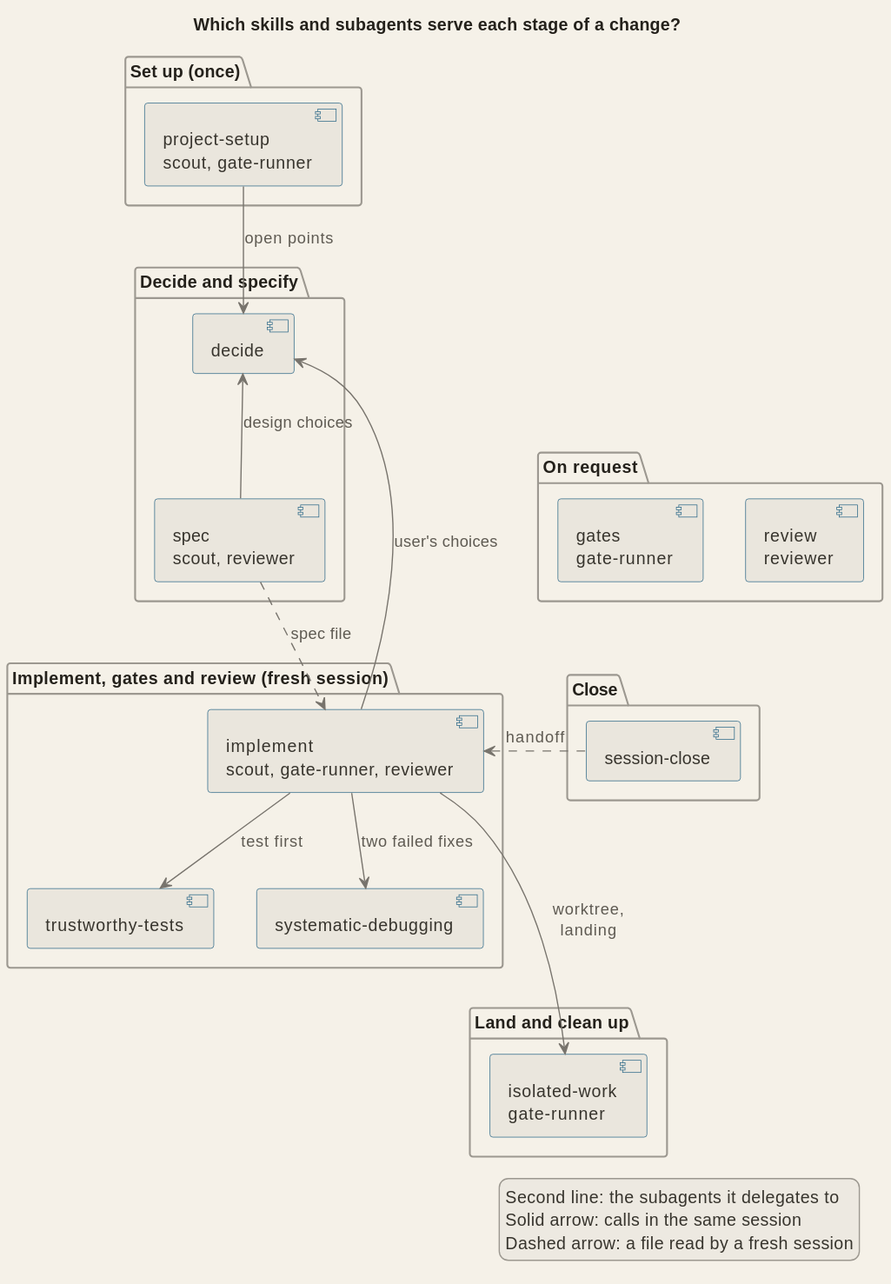
The PlantUML diagram docs/diagrams/arch_skills_workflow.svg in signorenne/dotagents, before a commit.
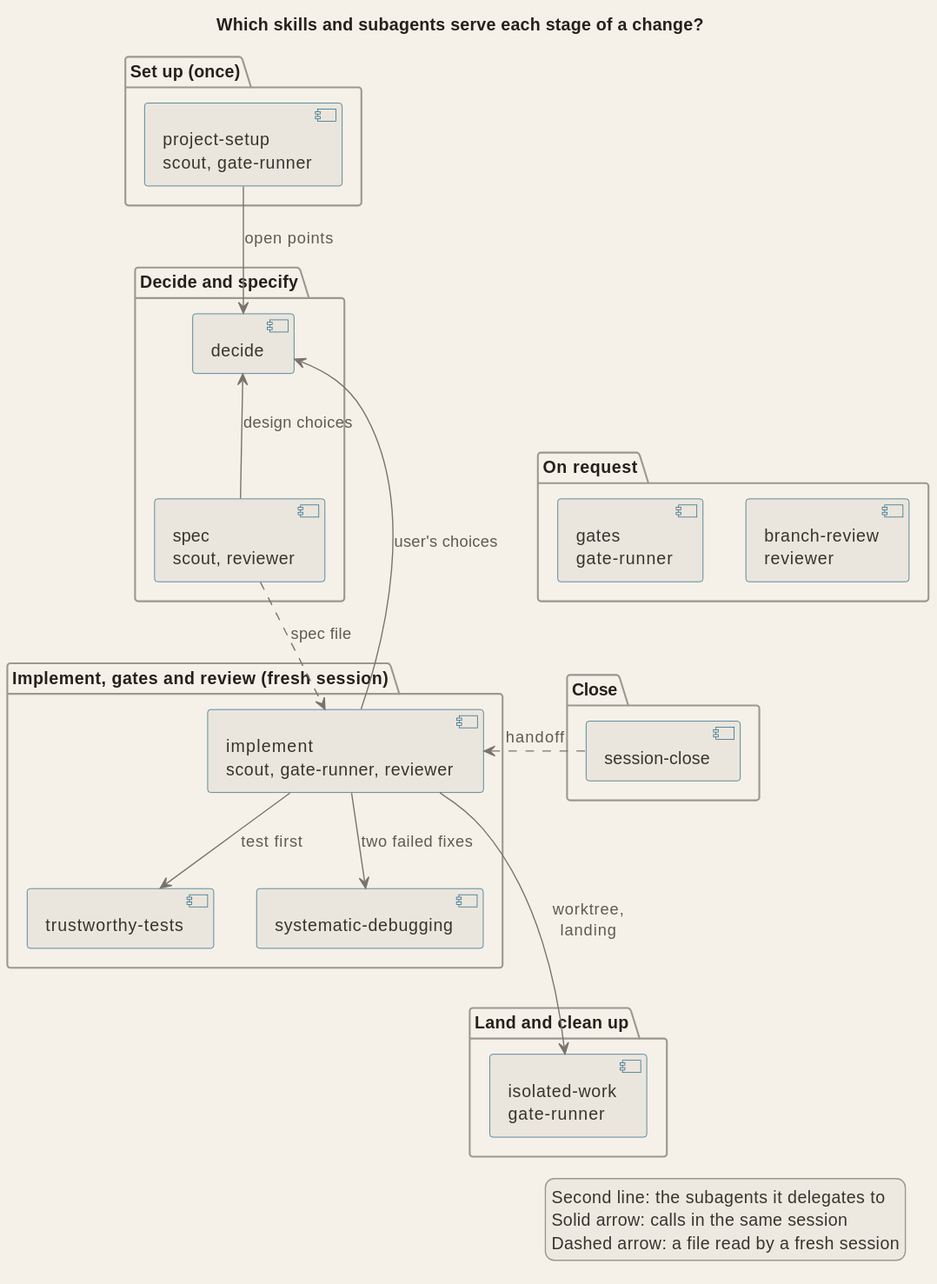
After the change.

Commit message:
refactor(skills): rename review to branch-review

Diff of the diagram source:
```diff
@@ -16,7 +16,7 @@
 }
 package "On request" {
   component "gates\ngate-runner" as gates
-  component "review\nreviewer" as review
+  component "branch-review\nreviewer" as review
 }
 package "Close" {
   component "session-close" as close
```
